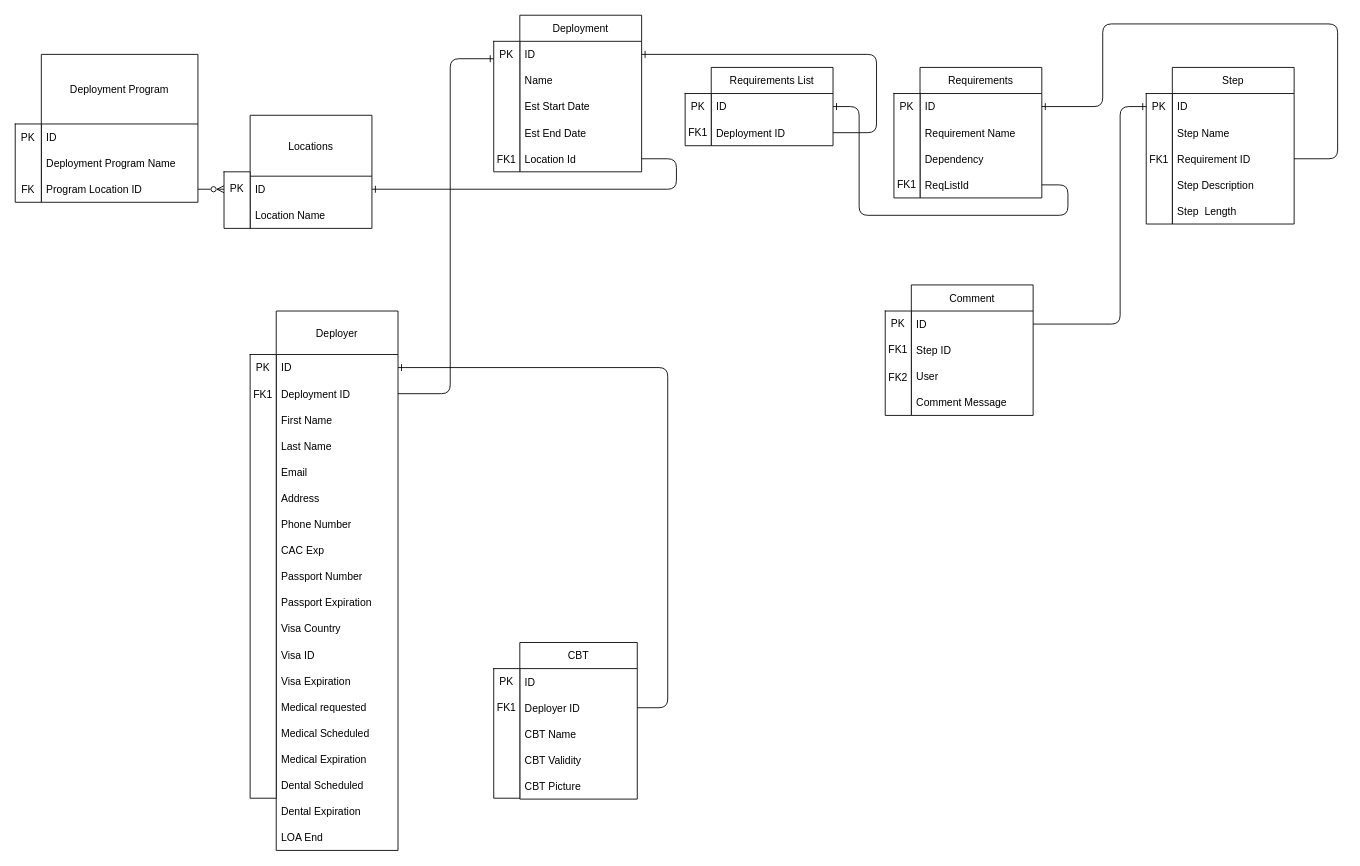
This is uml.drawio from wmalott23/Capstone, a draw.io file, before an edit. Source tidied: cells renumbered, new cells numbered last; positions are measured from the earlier drawing's top-left corner, leaving out a move shared by most shapes. Both pictures are drawn from the tidied source at 87%, with x=0, y=0 at pixel (15, 15).
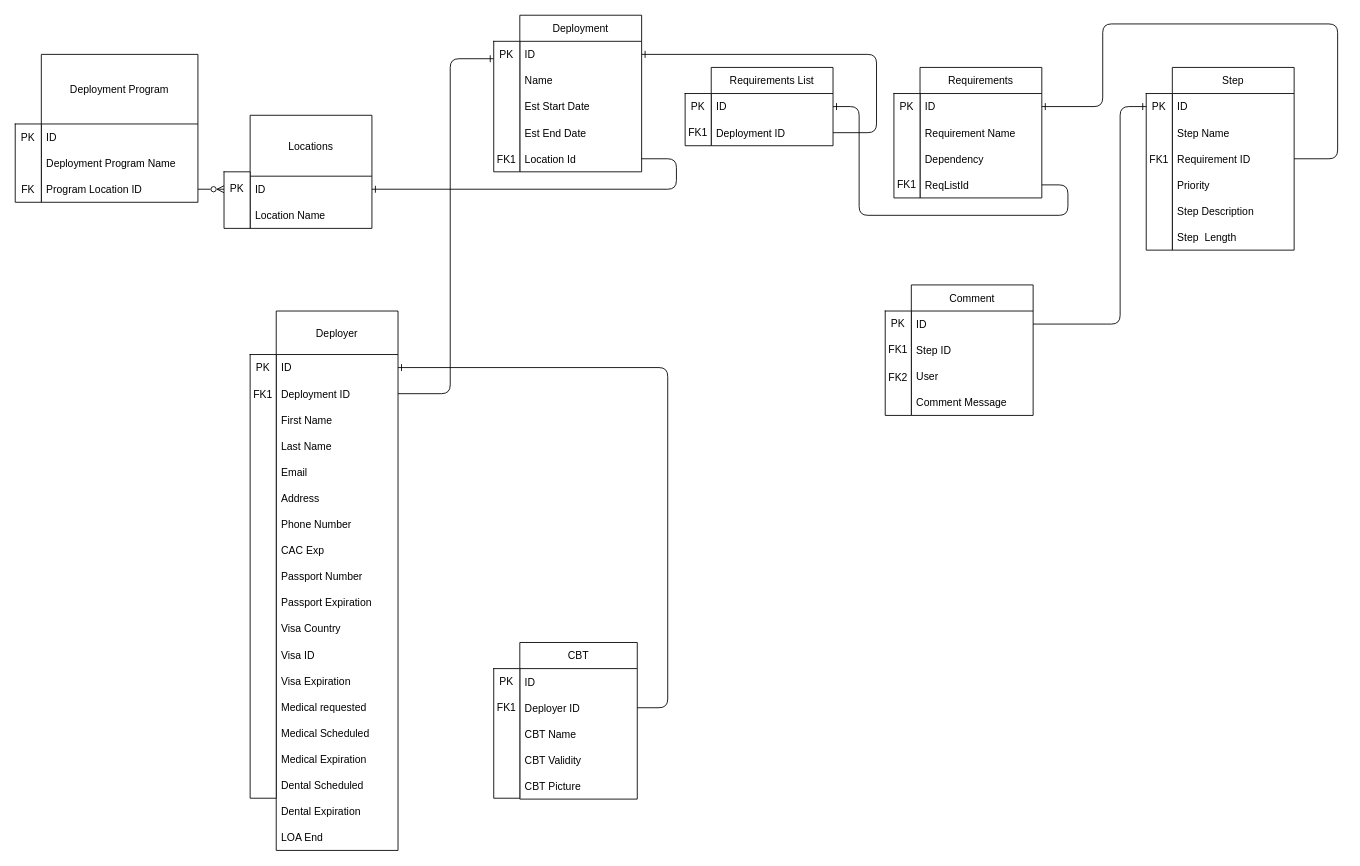
The same page after the edit.

Change to the diagram source:
```diff
@@
     <mxCell id="54" value="Step" style="swimlane;fontStyle=0;horizontal=1;startSize=30;" parent="1" vertex="1">
-      <mxGeometry x="1330" y="60" width="140" height="180" as="geometry" />
+      <mxGeometry x="1330" y="60" width="140" height="210" as="geometry" />
     </mxCell>
@@
-    <mxCell id="58" value="Step Description" style="text;strokeColor=none;fillColor=none;align=left;verticalAlign=middle;spacingLeft=4;spacingRight=4;overflow=hidden;" parent="54" vertex="1">
+    <mxCell id="58" value="Priority" style="text;strokeColor=none;fillColor=none;align=left;verticalAlign=middle;spacingLeft=4;spacingRight=4;overflow=hidden;" parent="54" vertex="1">
       <mxGeometry y="120" width="140" height="30" as="geometry" />
     </mxCell>
+    <mxCell id="113" value="Step Description" style="text;strokeColor=none;fillColor=none;align=left;verticalAlign=middle;spacingLeft=4;spacingRight=4;overflow=hidden;" parent="54" vertex="1">
+      <mxGeometry y="150" width="140" height="30" as="geometry" />
+    </mxCell>
     <mxCell id="59" value="Step  Length" style="text;strokeColor=none;fillColor=none;align=left;verticalAlign=middle;spacingLeft=4;spacingRight=4;overflow=hidden;" parent="54" vertex="1">
-      <mxGeometry y="150" width="140" height="30" as="geometry" />
+      <mxGeometry y="180" width="140" height="30" as="geometry" />
     </mxCell>
@@
     <mxCell id="95" style="shape=table;startSize=0;childLayout=tableLayout;" parent="1" vertex="1">
-      <mxGeometry x="1300" y="90" width="30" height="150" as="geometry" />
+      <mxGeometry x="1300" y="90" width="30" height="180" as="geometry" />
     </mxCell>
     <mxCell id="96" style="shape=partialRectangle;fillColor=none;top=0;left=0;bottom=0;right=0;" parent="95" vertex="1">
-      <mxGeometry width="30" height="150" as="geometry" />
+      <mxGeometry width="30" height="180" as="geometry" />
     </mxCell>
     <mxCell id="97" style="shape=partialRectangle;html=1;whiteSpace=wrap;overflow=hidden;fillColor=none;top=0;left=0;bottom=0;right=0;" parent="96" vertex="1">
-      <mxGeometry width="30" height="150" as="geometry" />
+      <mxGeometry width="30" height="180" as="geometry" />
     </mxCell>
```
